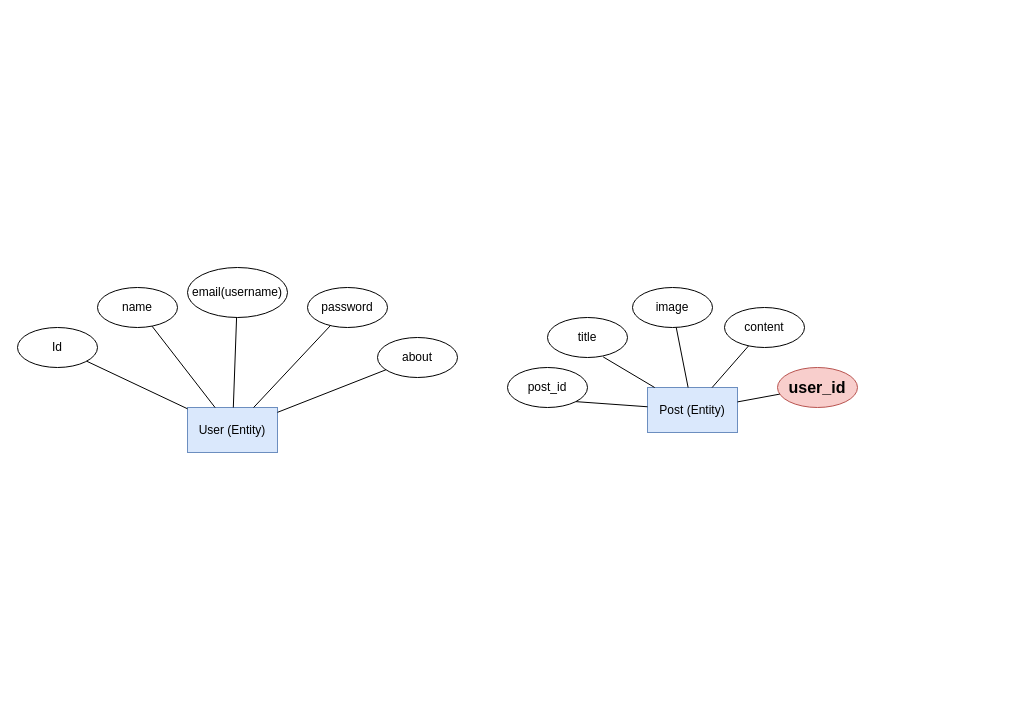
This is blogApp.drawio from DeanG1/blog-app, a draw.io file, before an edit. Source tidied: cells renumbered, new cells numbered last; positions are measured from the earlier drawing's top-left corner, leaving out a move shared by most shapes. Both pictures are drawn from the tidied source at 100%, with x=0, y=0 at pixel (17, 267).
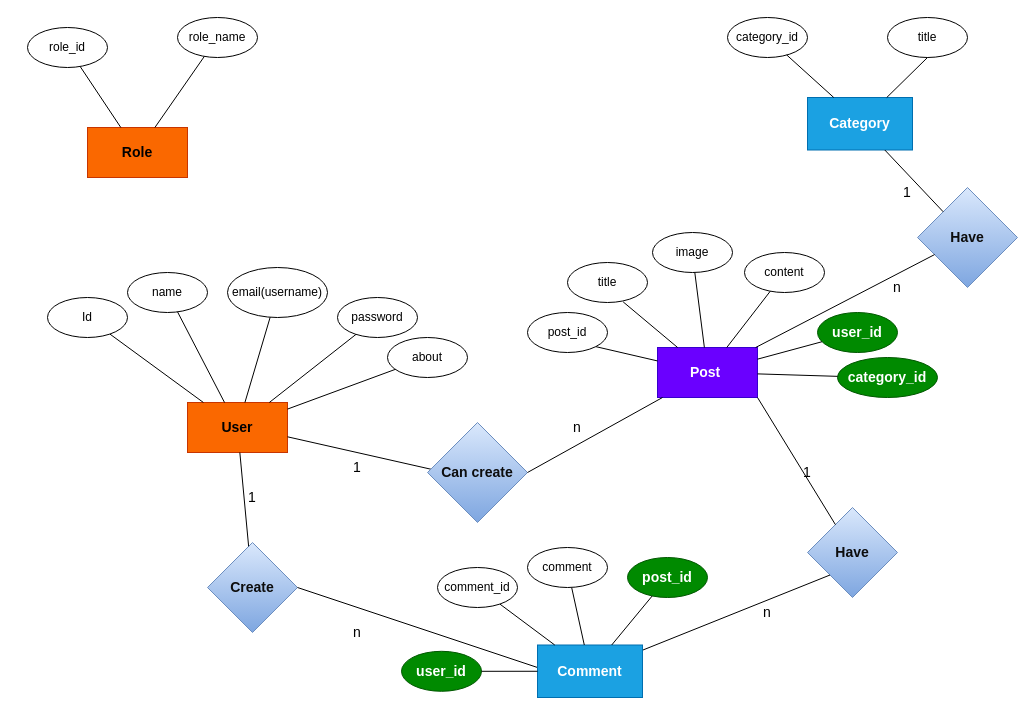
The same page after the edit.

What changed in the source:
```diff
@@
-    <mxCell id="2" value="User (Entity)" style="rounded=0;whiteSpace=wrap;html=1;fillColor=#dae8fc;strokeColor=#6c8ebf;" parent="1" vertex="1">
-      <mxGeometry x="170" y="140" width="90" height="45" as="geometry" />
-    </mxCell>
+    <mxCell id="24" value="&lt;font color=&quot;#0d0d0d&quot;&gt;&lt;span style=&quot;font-size: 14px;&quot;&gt;&lt;b&gt;Create&lt;/b&gt;&lt;/span&gt;&lt;/font&gt;" style="rhombus;whiteSpace=wrap;html=1;fillColor=#dae8fc;strokeColor=#6c8ebf;gradientColor=#7ea6e0;" parent="1" vertex="1">
+      <mxGeometry x="190" y="275" width="90" height="90" as="geometry" />
+    </mxCell>
+    <mxCell id="25" style="group;" parent="1" vertex="1">
+      <mxGeometry x="510" y="-35" width="410" height="180" as="geometry" />
+    </mxCell>
+    <mxCell id="26" value="&lt;font style=&quot;font-size: 14px;&quot;&gt;&lt;b&gt;Post&amp;nbsp;&lt;/b&gt;&lt;/font&gt;" style="rounded=0;whiteSpace=wrap;html=1;fillColor=#6a00ff;strokeColor=#3700CC;fontColor=#ffffff;" parent="25" vertex="1">
+      <mxGeometry x="130" y="115" width="100" height="50" as="geometry" />
+    </mxCell>
+    <mxCell id="14" value="post_id" style="ellipse;whiteSpace=wrap;html=1;" parent="25" vertex="1">
+      <mxGeometry y="80" width="80" height="40" as="geometry" />
+    </mxCell>
+    <mxCell id="15" value="image" style="ellipse;whiteSpace=wrap;html=1;" parent="25" vertex="1">
+      <mxGeometry x="125" width="80" height="40" as="geometry" />
+    </mxCell>
+    <mxCell id="27" value="title" style="ellipse;whiteSpace=wrap;html=1;" parent="25" vertex="1">
+      <mxGeometry x="40" y="30" width="80" height="40" as="geometry" />
+    </mxCell>
+    <mxCell id="17" value="content" style="ellipse;whiteSpace=wrap;html=1;" parent="25" vertex="1">
+      <mxGeometry x="217" y="20" width="80" height="40" as="geometry" />
+    </mxCell>
+    <mxCell id="28" value="&lt;b&gt;&lt;font style=&quot;font-size: 14px;&quot;&gt;user_id&lt;/font&gt;&lt;/b&gt;" style="ellipse;whiteSpace=wrap;html=1;fillColor=#008a00;strokeColor=#005700;fontColor=#ffffff;" parent="25" vertex="1">
+      <mxGeometry x="290" y="80" width="80" height="40" as="geometry" />
+    </mxCell>
+    <mxCell id="29" style="endArrow=none;html=1;rounded=0;entryX=1;entryY=1;entryDx=0;entryDy=0;" parent="25" edge="1" source="26" target="14">
+      <mxGeometry relative="1" as="geometry" />
+    </mxCell>
+    <mxCell id="30" style="endArrow=none;html=1;rounded=0;exitX=0.696;exitY=0.985;exitDx=0;exitDy=0;exitPerimeter=0;" parent="25" edge="1" source="27" target="26">
+      <mxGeometry relative="1" as="geometry" />
+    </mxCell>
+    <mxCell id="31" style="endArrow=none;html=1;rounded=0;" parent="25" edge="1" source="15" target="26">
+      <mxGeometry relative="1" as="geometry" />
+    </mxCell>
+    <mxCell id="32" style="endArrow=none;html=1;rounded=0;" parent="25" edge="1" source="17" target="26">
+      <mxGeometry relative="1" as="geometry" />
+    </mxCell>
+    <mxCell id="33" style="endArrow=none;html=1;rounded=0;" parent="25" edge="1" source="28" target="26">
+      <mxGeometry relative="1" as="geometry" />
+    </mxCell>
+    <mxCell id="34" value="&lt;span style=&quot;font-size: 14px;&quot;&gt;&lt;b&gt;category_id&lt;/b&gt;&lt;/span&gt;" style="ellipse;whiteSpace=wrap;html=1;fillColor=#008a00;strokeColor=#005700;fontColor=#ffffff;" parent="25" vertex="1">
+      <mxGeometry x="310" y="125" width="100" height="40" as="geometry" />
+    </mxCell>
+    <mxCell id="35" style="endArrow=none;html=1;rounded=0;" parent="25" edge="1" source="34" target="26">
+      <mxGeometry relative="1" as="geometry" />
+    </mxCell>
+    <mxCell id="36" value="n" style="text;html=1;align=center;verticalAlign=middle;whiteSpace=wrap;rounded=0;fontSize=14;" parent="25" vertex="1">
+      <mxGeometry x="340" y="40" width="60" height="30" as="geometry" />
+    </mxCell>
+    <mxCell id="37" style="group;" parent="1" vertex="1">
+      <mxGeometry x="10" width="440" height="215" as="geometry" />
+    </mxCell>
+    <mxCell id="38" value="&lt;font style=&quot;font-size: 14px;&quot;&gt;&lt;b&gt;User&lt;/b&gt;&lt;/font&gt;" style="rounded=0;whiteSpace=wrap;html=1;fillColor=#fa6800;strokeColor=#C73500;fontColor=#000000;" parent="37" vertex="1">
+      <mxGeometry x="160" y="135" width="100" height="50" as="geometry" />
+    </mxCell>
-    <mxCell id="3" value="Id" style="ellipse;whiteSpace=wrap;html=1;" parent="1" vertex="1">
-      <mxGeometry y="60" width="80" height="40" as="geometry" />
+    <mxCell id="3" value="Id" style="ellipse;whiteSpace=wrap;html=1;" parent="37" vertex="1">
+      <mxGeometry x="20" y="30" width="80" height="40" as="geometry" />
     </mxCell>
-    <mxCell id="4" value="email(username)" style="ellipse;whiteSpace=wrap;html=1;" parent="1" vertex="1">
-      <mxGeometry x="170" width="100" height="50" as="geometry" />
+    <mxCell id="4" value="email(username)" style="ellipse;whiteSpace=wrap;html=1;" parent="37" vertex="1">
+      <mxGeometry x="200" width="100" height="50" as="geometry" />
     </mxCell>
-    <mxCell id="5" value="password" style="ellipse;whiteSpace=wrap;html=1;" parent="1" vertex="1">
-      <mxGeometry x="290" y="20" width="80" height="40" as="geometry" />
+    <mxCell id="5" value="password" style="ellipse;whiteSpace=wrap;html=1;" parent="37" vertex="1">
+      <mxGeometry x="310" y="30" width="80" height="40" as="geometry" />
     </mxCell>
-    <mxCell id="6" value="name" style="ellipse;whiteSpace=wrap;html=1;" parent="1" vertex="1">
-      <mxGeometry x="80" y="20" width="80" height="40" as="geometry" />
+    <mxCell id="6" value="name" style="ellipse;whiteSpace=wrap;html=1;" parent="37" vertex="1">
+      <mxGeometry x="100" y="5" width="80" height="40" as="geometry" />
     </mxCell>
-    <mxCell id="7" style="endArrow=none;html=1;rounded=0;" parent="1" edge="1" source="3" target="2">
-      <mxGeometry relative="1" as="geometry" />
-    </mxCell>
-    <mxCell id="8" style="endArrow=none;html=1;rounded=0;" parent="1" edge="1" source="2" target="6">
-      <mxGeometry relative="1" as="geometry" />
-    </mxCell>
-    <mxCell id="9" style="endArrow=none;html=1;rounded=0;" parent="1" edge="1" source="2" target="4">
-      <mxGeometry relative="1" as="geometry" />
-    </mxCell>
-    <mxCell id="10" style="endArrow=none;html=1;rounded=0;" parent="1" edge="1" source="2" target="5">
-      <mxGeometry relative="1" as="geometry" />
-    </mxCell>
+    <mxCell id="39" style="endArrow=none;html=1;rounded=0;" parent="37" edge="1" source="3" target="38">
+      <mxGeometry relative="1" as="geometry" />
+    </mxCell>
+    <mxCell id="40" style="endArrow=none;html=1;rounded=0;" parent="37" edge="1" source="38" target="6">
+      <mxGeometry relative="1" as="geometry" />
+    </mxCell>
+    <mxCell id="41" style="endArrow=none;html=1;rounded=0;" parent="37" edge="1" source="38" target="4">
+      <mxGeometry relative="1" as="geometry" />
+    </mxCell>
+    <mxCell id="42" style="endArrow=none;html=1;rounded=0;" parent="37" edge="1" source="38" target="5">
+      <mxGeometry relative="1" as="geometry" />
+    </mxCell>
-    <mxCell id="11" value="about" style="ellipse;whiteSpace=wrap;html=1;" parent="1" vertex="1">
+    <mxCell id="11" value="about" style="ellipse;whiteSpace=wrap;html=1;" parent="37" vertex="1">
       <mxGeometry x="360" y="70" width="80" height="40" as="geometry" />
     </mxCell>
-    <mxCell id="12" style="endArrow=none;html=1;rounded=0;" parent="1" edge="1" source="2" target="11">
-      <mxGeometry relative="1" as="geometry" />
-    </mxCell>
-    <mxCell id="13" value="Post (Entity)" style="rounded=0;whiteSpace=wrap;html=1;fillColor=#dae8fc;strokeColor=#6c8ebf;" parent="1" vertex="1">
-      <mxGeometry x="630" y="120" width="90" height="45" as="geometry" />
-    </mxCell>
-    <mxCell id="14" value="post_id" style="ellipse;whiteSpace=wrap;html=1;" parent="1" vertex="1">
-      <mxGeometry x="490" y="100" width="80" height="40" as="geometry" />
-    </mxCell>
-    <mxCell id="15" value="image" style="ellipse;whiteSpace=wrap;html=1;" parent="1" vertex="1">
-      <mxGeometry x="615" y="20" width="80" height="40" as="geometry" />
-    </mxCell>
-    <mxCell id="16" value="title" style="ellipse;whiteSpace=wrap;html=1;" parent="1" vertex="1">
-      <mxGeometry x="530" y="50" width="80" height="40" as="geometry" />
-    </mxCell>
-    <mxCell id="17" value="content" style="ellipse;whiteSpace=wrap;html=1;" parent="1" vertex="1">
-      <mxGeometry x="707" y="40" width="80" height="40" as="geometry" />
-    </mxCell>
-    <mxCell id="18" value="&lt;b&gt;&lt;font style=&quot;font-size: 16px;&quot;&gt;user_id&lt;/font&gt;&lt;/b&gt;" style="ellipse;whiteSpace=wrap;html=1;fillColor=#f8cecc;strokeColor=#b85450;" parent="1" vertex="1">
-      <mxGeometry x="760" y="100" width="80" height="40" as="geometry" />
-    </mxCell>
-    <mxCell id="19" style="endArrow=none;html=1;rounded=0;entryX=1;entryY=1;entryDx=0;entryDy=0;" parent="1" edge="1" source="13" target="14">
-      <mxGeometry relative="1" as="geometry" />
-    </mxCell>
-    <mxCell id="20" style="endArrow=none;html=1;rounded=0;exitX=0.696;exitY=0.985;exitDx=0;exitDy=0;exitPerimeter=0;" parent="1" edge="1" source="16" target="13">
-      <mxGeometry relative="1" as="geometry" />
-    </mxCell>
-    <mxCell id="21" style="endArrow=none;html=1;rounded=0;" parent="1" edge="1" source="15" target="13">
-      <mxGeometry relative="1" as="geometry" />
-    </mxCell>
-    <mxCell id="22" style="endArrow=none;html=1;rounded=0;" parent="1" edge="1" source="17" target="13">
-      <mxGeometry relative="1" as="geometry" />
-    </mxCell>
-    <mxCell id="23" style="endArrow=none;html=1;rounded=0;" parent="1" edge="1" source="18" target="13">
-      <mxGeometry relative="1" as="geometry" />
-    </mxCell>
+    <mxCell id="43" style="endArrow=none;html=1;rounded=0;" parent="37" edge="1" source="38" target="11">
+      <mxGeometry relative="1" as="geometry" />
+    </mxCell>
+    <mxCell id="44" style="endArrow=none;html=1;rounded=0;" parent="37" edge="1">
+      <mxGeometry relative="1" as="geometry">
+        <mxPoint x="418" y="205" as="sourcePoint" />
+        <mxPoint x="260" y="169.3" as="targetPoint" />
+      </mxGeometry>
+    </mxCell>
+    <mxCell id="45" value="1" style="text;html=1;align=center;verticalAlign=middle;whiteSpace=wrap;rounded=0;fontSize=14;" parent="37" vertex="1">
+      <mxGeometry x="300" y="185" width="60" height="30" as="geometry" />
+    </mxCell>
+    <mxCell id="46" value="&lt;font color=&quot;#0d0d0d&quot;&gt;&lt;span style=&quot;font-size: 14px;&quot;&gt;&lt;b&gt;Have&lt;/b&gt;&lt;/span&gt;&lt;/font&gt;" style="rhombus;whiteSpace=wrap;html=1;fillColor=#dae8fc;strokeColor=#6c8ebf;gradientColor=#7ea6e0;" parent="1" vertex="1">
+      <mxGeometry x="790" y="240" width="90" height="90" as="geometry" />
+    </mxCell>
+    <mxCell id="47" value="&lt;font color=&quot;#0d0d0d&quot;&gt;&lt;span style=&quot;font-size: 14px;&quot;&gt;&lt;b&gt;Can create&lt;/b&gt;&lt;/span&gt;&lt;/font&gt;" style="rhombus;whiteSpace=wrap;html=1;fillColor=#dae8fc;strokeColor=#6c8ebf;gradientColor=#7ea6e0;" parent="1" vertex="1">
+      <mxGeometry x="410" y="155" width="100" height="100" as="geometry" />
+    </mxCell>
+    <mxCell id="48" style="endArrow=none;html=1;rounded=0;exitX=1;exitY=0.5;exitDx=0;exitDy=0;" parent="1" edge="1" source="47" target="26">
+      <mxGeometry relative="1" as="geometry" />
+    </mxCell>
+    <mxCell id="49" style="endArrow=none;html=1;rounded=0;entryX=1;entryY=1;entryDx=0;entryDy=0;" parent="1" edge="1" source="46" target="26">
+      <mxGeometry relative="1" as="geometry" />
+    </mxCell>
+    <mxCell id="50" value="n" style="text;html=1;align=center;verticalAlign=middle;whiteSpace=wrap;rounded=0;fontSize=14;" parent="1" vertex="1">
+      <mxGeometry x="530" y="145" width="60" height="30" as="geometry" />
+    </mxCell>
+    <mxCell id="51" style="endArrow=none;html=1;rounded=0;" parent="1" edge="1" source="24" target="38">
+      <mxGeometry relative="1" as="geometry" />
+    </mxCell>
+    <mxCell id="52" value="1" style="text;html=1;align=center;verticalAlign=middle;whiteSpace=wrap;rounded=0;fontSize=14;" parent="1" vertex="1">
+      <mxGeometry x="205" y="215" width="60" height="30" as="geometry" />
+    </mxCell>
+    <mxCell id="53" value="n" style="text;html=1;align=center;verticalAlign=middle;whiteSpace=wrap;rounded=0;fontSize=14;" parent="1" vertex="1">
+      <mxGeometry x="310" y="350" width="60" height="30" as="geometry" />
+    </mxCell>
+    <mxCell id="54" value="1" style="text;html=1;align=center;verticalAlign=middle;whiteSpace=wrap;rounded=0;fontSize=14;" parent="1" vertex="1">
+      <mxGeometry x="760" y="190" width="60" height="30" as="geometry" />
+    </mxCell>
+    <mxCell id="55" value="n" style="text;html=1;align=center;verticalAlign=middle;whiteSpace=wrap;rounded=0;fontSize=14;" parent="1" vertex="1">
+      <mxGeometry x="720" y="330" width="60" height="30" as="geometry" />
+    </mxCell>
+    <mxCell id="56" style="group;" parent="1" vertex="1">
+      <mxGeometry x="280" y="280" width="410" height="150" as="geometry" />
+    </mxCell>
+    <mxCell id="57" style="endArrow=none;html=1;rounded=0;entryX=0;entryY=1;entryDx=0;entryDy=0;" parent="56" edge="1" source="61" target="46">
+      <mxGeometry relative="1" as="geometry" />
+    </mxCell>
+    <mxCell id="58" style="group;" parent="56" vertex="1">
+      <mxGeometry width="410" height="150" as="geometry" />
+    </mxCell>
+    <mxCell id="59" style="endArrow=none;html=1;rounded=0;" parent="58" edge="1">
+      <mxGeometry relative="1" as="geometry">
+        <mxPoint x="240" y="120" as="sourcePoint" />
+        <mxPoint y="40" as="targetPoint" />
+      </mxGeometry>
+    </mxCell>
+    <mxCell id="60" style="group;" parent="58" vertex="1">
+      <mxGeometry x="104" width="306" height="150" as="geometry" />
+    </mxCell>
+    <mxCell id="61" value="&lt;font style=&quot;font-size: 14px;&quot;&gt;&lt;b&gt;Comment&lt;/b&gt;&lt;/font&gt;" style="rounded=0;whiteSpace=wrap;html=1;fillColor=#1ba1e2;fontColor=#ffffff;strokeColor=#006EAF;" parent="60" vertex="1">
+      <mxGeometry x="136" y="97.5" width="105" height="52.5" as="geometry" />
+    </mxCell>
+    <mxCell id="62" value="comment_id" style="ellipse;whiteSpace=wrap;html=1;" parent="60" vertex="1">
+      <mxGeometry x="36" y="20" width="80" height="40" as="geometry" />
+    </mxCell>
+    <mxCell id="63" value="&lt;b&gt;&lt;font style=&quot;font-size: 14px;&quot;&gt;post_id&lt;/font&gt;&lt;/b&gt;" style="ellipse;whiteSpace=wrap;html=1;fillColor=#008a00;fontColor=#ffffff;strokeColor=#005700;" parent="60" vertex="1">
+      <mxGeometry x="226" y="10" width="80" height="40" as="geometry" />
+    </mxCell>
+    <mxCell id="64" value="&lt;b&gt;&lt;font style=&quot;font-size: 14px;&quot;&gt;user_id&lt;/font&gt;&lt;/b&gt;" style="ellipse;whiteSpace=wrap;html=1;fillColor=#008a00;strokeColor=#005700;fontColor=#ffffff;" parent="60" vertex="1">
+      <mxGeometry y="103.8" width="80" height="40" as="geometry" />
+    </mxCell>
+    <mxCell id="65" style="endArrow=none;html=1;rounded=0;" parent="60" edge="1" source="64" target="61">
+      <mxGeometry relative="1" as="geometry" />
+    </mxCell>
+    <mxCell id="66" style="endArrow=none;html=1;rounded=0;" parent="60" edge="1" source="62" target="61">
+      <mxGeometry relative="1" as="geometry" />
+    </mxCell>
+    <mxCell id="67" style="endArrow=none;html=1;rounded=0;" parent="60" edge="1" source="69" target="61">
+      <mxGeometry relative="1" as="geometry" />
+    </mxCell>
+    <mxCell id="68" style="endArrow=none;html=1;rounded=0;" parent="60" edge="1" source="61" target="63">
+      <mxGeometry relative="1" as="geometry" />
+    </mxCell>
+    <mxCell id="69" value="comment" style="ellipse;whiteSpace=wrap;html=1;" parent="60" vertex="1">
+      <mxGeometry x="126" width="80" height="40" as="geometry" />
+    </mxCell>
+    <mxCell id="70" value="&lt;font color=&quot;#0d0d0d&quot;&gt;&lt;span style=&quot;font-size: 14px;&quot;&gt;&lt;b&gt;Have&lt;/b&gt;&lt;/span&gt;&lt;/font&gt;" style="rhombus;whiteSpace=wrap;html=1;fillColor=#dae8fc;strokeColor=#6c8ebf;gradientColor=#7ea6e0;" parent="1" vertex="1">
+      <mxGeometry x="900" y="-80" width="100" height="100" as="geometry" />
+    </mxCell>
+    <mxCell id="71" style="group;" parent="1" vertex="1">
+      <mxGeometry x="710" y="-250" width="240" height="132.5" as="geometry" />
+    </mxCell>
+    <mxCell id="72" value="&lt;span style=&quot;font-size: 14px;&quot;&gt;&lt;b&gt;Category&lt;/b&gt;&lt;/span&gt;" style="rounded=0;whiteSpace=wrap;html=1;fillColor=#1ba1e2;fontColor=#ffffff;strokeColor=#006EAF;" parent="71" vertex="1">
+      <mxGeometry x="80" y="80" width="105" height="52.5" as="geometry" />
+    </mxCell>
+    <mxCell id="73" value="category_id" style="ellipse;whiteSpace=wrap;html=1;" parent="71" vertex="1">
+      <mxGeometry width="80" height="40" as="geometry" />
+    </mxCell>
+    <mxCell id="74" value="title" style="ellipse;whiteSpace=wrap;html=1;" parent="71" vertex="1">
+      <mxGeometry x="160" width="80" height="40" as="geometry" />
+    </mxCell>
+    <mxCell id="75" style="endArrow=none;html=1;rounded=0;exitX=0.25;exitY=0;exitDx=0;exitDy=0;" parent="71" edge="1" source="72" target="73">
+      <mxGeometry relative="1" as="geometry" />
+    </mxCell>
+    <mxCell id="76" style="endArrow=none;html=1;rounded=0;entryX=0.5;entryY=1;entryDx=0;entryDy=0;" parent="71" edge="1" source="72" target="74">
+      <mxGeometry relative="1" as="geometry" />
+    </mxCell>
+    <mxCell id="77" style="endArrow=none;html=1;rounded=0;" parent="1" edge="1" source="70" target="72">
+      <mxGeometry relative="1" as="geometry" />
+    </mxCell>
+    <mxCell id="78" style="endArrow=none;html=1;rounded=0;" parent="1" edge="1" source="70" target="26">
+      <mxGeometry relative="1" as="geometry" />
+    </mxCell>
+    <mxCell id="79" value="1" style="text;html=1;align=center;verticalAlign=middle;whiteSpace=wrap;rounded=0;fontSize=14;" parent="1" vertex="1">
+      <mxGeometry x="860" y="-90" width="60" height="30" as="geometry" />
+    </mxCell>
+    <mxCell id="80" value="&lt;span style=&quot;font-size: 14px;&quot;&gt;&lt;b&gt;Role&lt;/b&gt;&lt;/span&gt;" style="rounded=0;whiteSpace=wrap;html=1;fillColor=#fa6800;strokeColor=#C73500;fontColor=#000000;" parent="1" vertex="1">
+      <mxGeometry x="70" y="-140" width="100" height="50" as="geometry" />
+    </mxCell>
+    <mxCell id="81" value="role_id" style="ellipse;whiteSpace=wrap;html=1;" parent="1" vertex="1">
+      <mxGeometry x="10" y="-240" width="80" height="40" as="geometry" />
+    </mxCell>
+    <mxCell id="82" value="role_name" style="ellipse;whiteSpace=wrap;html=1;" parent="1" vertex="1">
+      <mxGeometry x="160" y="-250" width="80" height="40" as="geometry" />
+    </mxCell>
+    <mxCell id="83" style="endArrow=none;html=1;rounded=0;" parent="1" edge="1" source="80" target="81">
+      <mxGeometry relative="1" as="geometry" />
+    </mxCell>
+    <mxCell id="84" style="endArrow=none;html=1;rounded=0;" parent="1" edge="1" source="80" target="82">
+      <mxGeometry relative="1" as="geometry" />
+    </mxCell>
```
